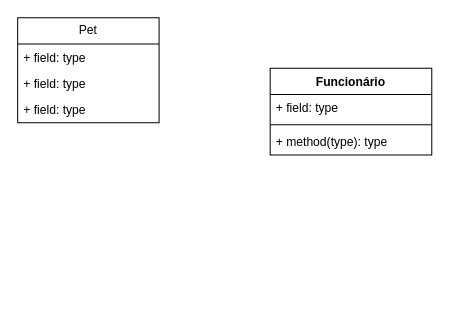
The draw.io diagram Diagrama sem nome.drawio in Eliel567/Trabalho, before the edit. Source tidied: cells renumbered, new cells numbered last; positions are measured from the earlier drawing's top-left corner, leaving out a move shared by most shapes. Both pictures are drawn from the tidied source at 101%, with x=0, y=0 at pixel (17, 17).
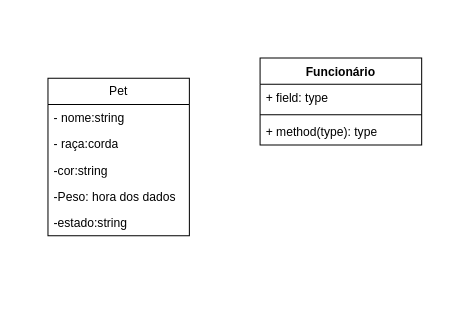
The same diagram, later.

Change to the diagram source:
```diff
@@
 <mxGraphModel>
   <root>
     <mxCell id="0" />
     <mxCell id="1" parent="0" />
     <mxCell id="2" style="endArrow=block;endSize=10;endFill=0;shadow=0;strokeWidth=1;rounded=0;edgeStyle=elbowEdgeStyle;elbow=vertical;" parent="1" edge="1">
       <mxGeometry relative="1" as="geometry">
         <mxPoint x="325" y="280" as="sourcePoint" />
         <mxPoint x="325" y="280" as="targetPoint" />
       </mxGeometry>
     </mxCell>
     <mxCell id="3" value="Pet" style="swimlane;fontStyle=0;horizontal=1;startSize=26;fillColor=none;whiteSpace=wrap;html=1;" parent="1" vertex="1">
-      <mxGeometry width="140" height="104" as="geometry" />
+      <mxGeometry x="30" y="60" width="140" height="156" as="geometry" />
     </mxCell>
-    <mxCell id="4" value="+ field: type" style="text;strokeColor=none;fillColor=none;align=left;verticalAlign=top;spacingLeft=4;spacingRight=4;overflow=hidden;whiteSpace=wrap;html=1;" parent="3" vertex="1">
-      <mxGeometry y="26" width="140" height="26" as="geometry" />
-    </mxCell>
-    <mxCell id="5" value="+ field: type" style="text;strokeColor=none;fillColor=none;align=left;verticalAlign=top;spacingLeft=4;spacingRight=4;overflow=hidden;whiteSpace=wrap;html=1;" parent="3" vertex="1">
-      <mxGeometry y="52" width="140" height="26" as="geometry" />
-    </mxCell>
-    <mxCell id="6" value="+ field: type" style="text;strokeColor=none;fillColor=none;align=left;verticalAlign=top;spacingLeft=4;spacingRight=4;overflow=hidden;whiteSpace=wrap;html=1;" parent="3" vertex="1">
-      <mxGeometry y="78" width="140" height="26" as="geometry" />
-    </mxCell>
+    <mxCell id="11" value="- nome:string" style="text;strokeColor=none;fillColor=none;align=left;verticalAlign=top;spacingLeft=4;spacingRight=4;overflow=hidden;whiteSpace=wrap;html=1;" parent="3" vertex="1">
+      <mxGeometry y="26" width="140" height="26" as="geometry" />
+    </mxCell>
+    <mxCell id="12" value="- raça:corda" style="text;strokeColor=none;fillColor=none;align=left;verticalAlign=top;spacingLeft=4;spacingRight=4;overflow=hidden;whiteSpace=wrap;html=1;" parent="3" vertex="1">
+      <mxGeometry y="52" width="140" height="26" as="geometry" />
+    </mxCell>
+    <mxCell id="13" value="-cor:string" style="text;strokeColor=none;fillColor=none;align=left;verticalAlign=top;spacingLeft=4;spacingRight=4;overflow=hidden;whiteSpace=wrap;html=1;" parent="3" vertex="1">
+      <mxGeometry y="78" width="140" height="26" as="geometry" />
+    </mxCell>
+    <mxCell id="14" value="-Peso: hora dos dados" style="text;strokeColor=none;fillColor=none;align=left;verticalAlign=top;spacingLeft=4;spacingRight=4;overflow=hidden;whiteSpace=wrap;html=1;" parent="3" vertex="1">
+      <mxGeometry y="104" width="140" height="26" as="geometry" />
+    </mxCell>
+    <mxCell id="15" value="-estado:string" style="text;strokeColor=none;fillColor=none;align=left;verticalAlign=top;spacingLeft=4;spacingRight=4;overflow=hidden;whiteSpace=wrap;html=1;" parent="3" vertex="1">
+      <mxGeometry y="130" width="140" height="26" as="geometry" />
+    </mxCell>
-    <mxCell id="7" value="Funcionário" style="swimlane;fontStyle=1;align=center;verticalAlign=top;horizontal=1;startSize=26;whiteSpace=wrap;html=1;" parent="1" vertex="1">
-      <mxGeometry x="250" y="50" width="160" height="86" as="geometry" />
+    <mxCell id="7" value="Funcionário&lt;br&gt;" style="swimlane;fontStyle=1;align=center;verticalAlign=top;horizontal=1;startSize=26;whiteSpace=wrap;html=1;direction=east;" parent="1" vertex="1">
+      <mxGeometry x="240" y="40" width="160" height="86" as="geometry" />
     </mxCell>
     <mxCell id="8" value="+ field: type" style="text;strokeColor=none;fillColor=none;align=left;verticalAlign=top;spacingLeft=4;spacingRight=4;overflow=hidden;whiteSpace=wrap;html=1;" parent="7" vertex="1">
       <mxGeometry y="26" width="160" height="26" as="geometry" />
     </mxCell>
     <mxCell id="9" style="line;strokeWidth=1;fillColor=none;align=left;verticalAlign=middle;spacingTop=-1;spacingLeft=3;spacingRight=3;labelPosition=right;strokeColor=inherit;" parent="7" vertex="1">
       <mxGeometry y="52" width="160" height="8" as="geometry" />
     </mxCell>
     <mxCell id="10" value="+ method(type): type" style="text;strokeColor=none;fillColor=none;align=left;verticalAlign=top;spacingLeft=4;spacingRight=4;overflow=hidden;whiteSpace=wrap;html=1;" parent="7" vertex="1">
       <mxGeometry y="60" width="160" height="26" as="geometry" />
     </mxCell>
   </root>
 </mxGraphModel>
```
